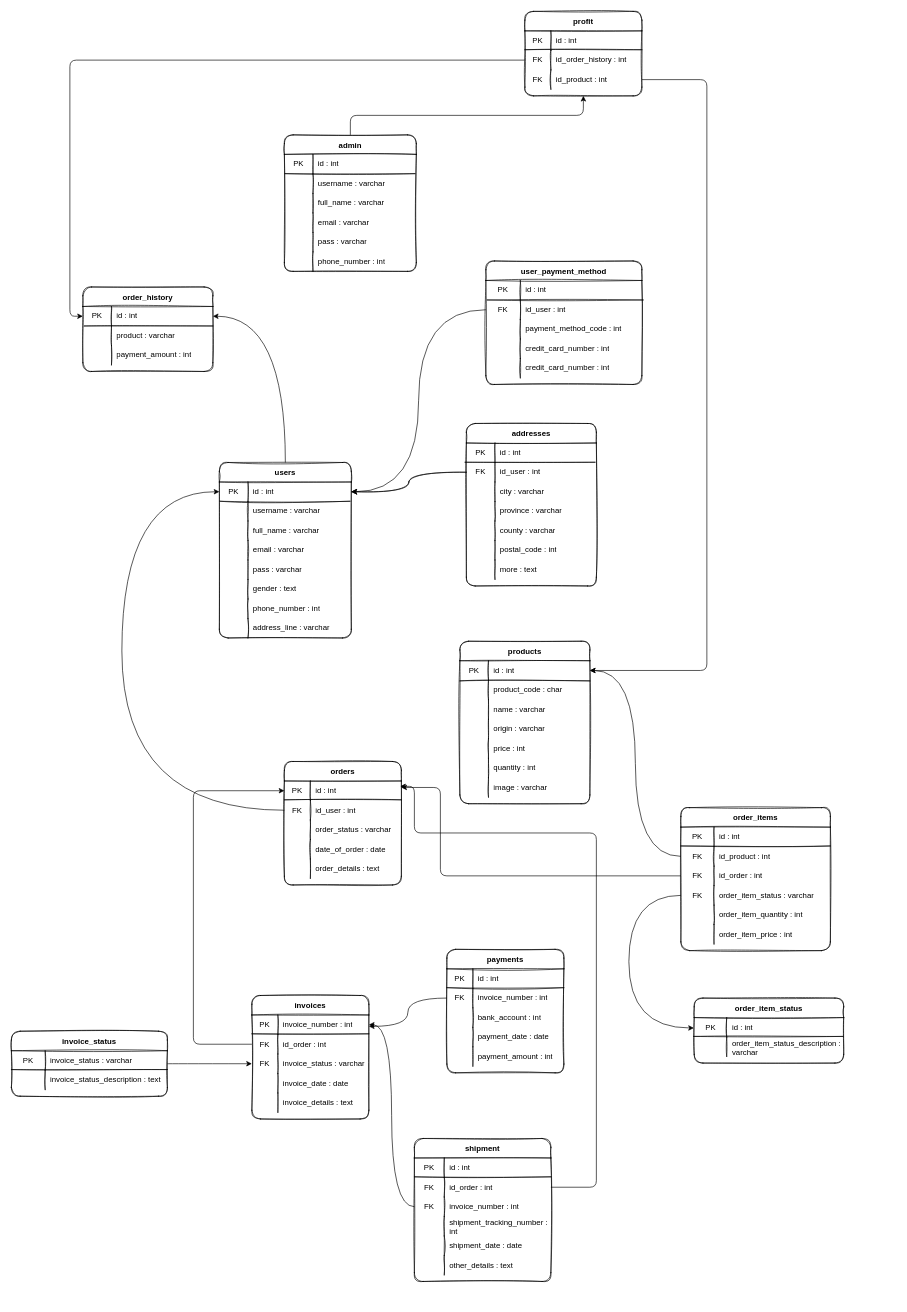
Earlier version of the draw.io diagram syafaFlower_db.drawio (fadhlanarrizal/syafaFlower). Source tidied: cells renumbered, new cells numbered last; positions are measured from the earlier drawing's top-left corner, leaving out a move shared by most shapes. Both pictures are drawn from the tidied source at 65%, with x=0, y=0 at pixel (11, 11).
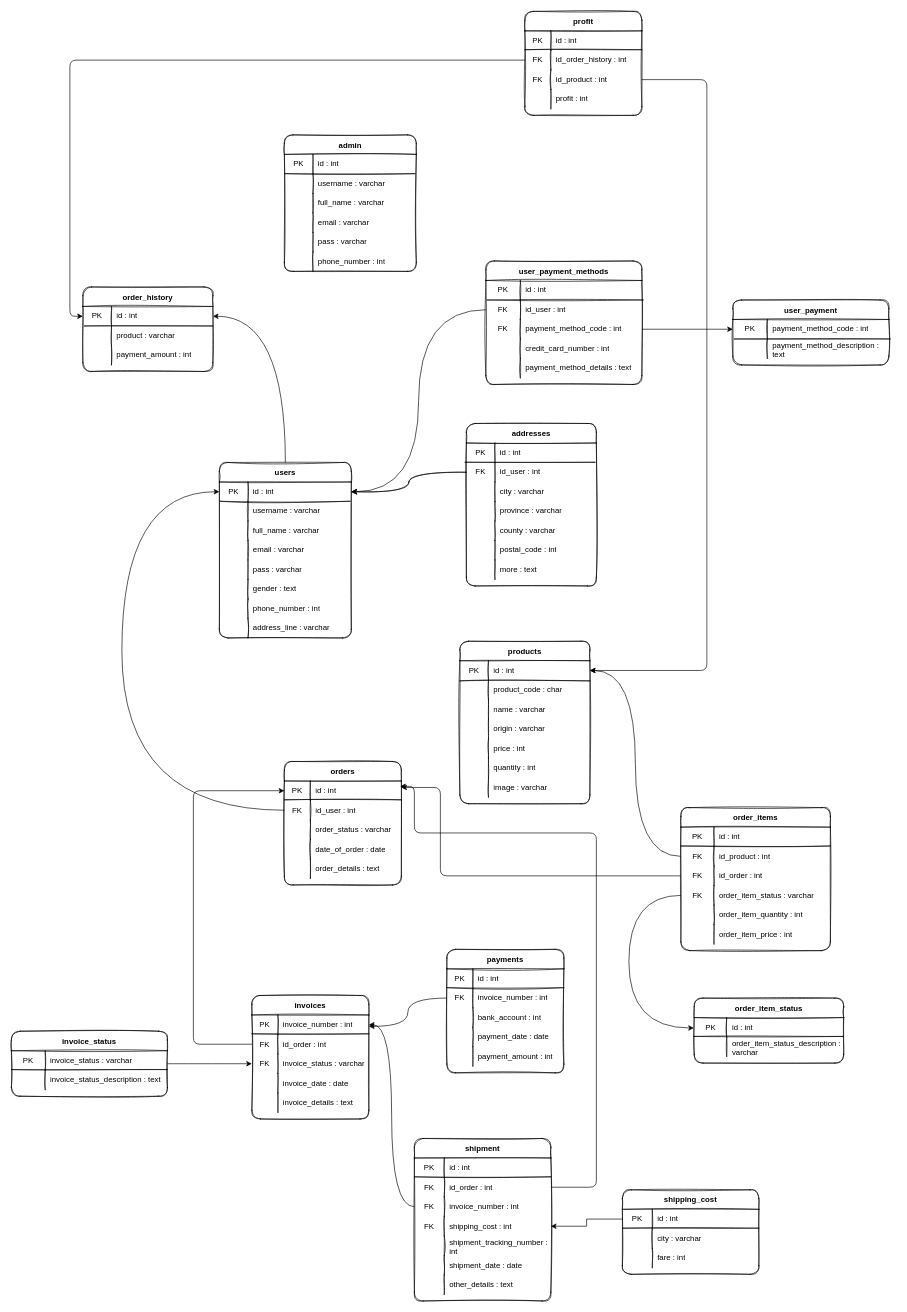
Above is the later version.

Commit message:
Update table shipping_cost dll

Unchanged cells that the change refers to:
```xml
<mxCell id="86" style="group;" parent="1" vertex="1">
  <mxGeometry x="730" y="384" width="240" height="190" as="geometry" />
</mxCell>
<mxCell id="94" style="shape=tableRow;horizontal=0;startSize=0;swimlaneHead=0;swimlaneBody=0;top=0;left=0;bottom=0;right=0;fillColor=none;points=[[0,0.5],[1,0.5]];portConstraint=eastwest;rounded=1;sketch=1;" parent="87" vertex="1">
  <mxGeometry y="90" width="240" height="30" as="geometry" />
</mxCell>
<mxCell id="100" style="shape=tableRow;horizontal=0;startSize=0;swimlaneHead=0;swimlaneBody=0;top=0;left=0;bottom=0;right=0;fillColor=none;rounded=1;sketch=1;" parent="87" vertex="1">
  <mxGeometry y="150" width="240" height="30" as="geometry" />
</mxCell>
<mxCell id="202" value="admin" style="shape=table;startSize=30;childLayout=tableLayout;rowLines=0;fontStyle=1;rounded=1;sketch=1;" parent="201" vertex="1">
  <mxGeometry width="203" height="210" as="geometry" />
</mxCell>
```

The edit, as a diff of the source:
```diff
@@
-    <mxCell id="87" value="user_payment_method" style="shape=table;startSize=30;childLayout=tableLayout;rowLines=0;fontStyle=1;rounded=1;sketch=1;" parent="86" vertex="1">
+    <mxCell id="87" value="user_payment_methods" style="shape=table;startSize=30;childLayout=tableLayout;rowLines=0;fontStyle=1;rounded=1;sketch=1;" parent="86" vertex="1">
       <mxGeometry width="240" height="190" as="geometry" />
     </mxCell>
@@
-    <mxCell id="95" style="shape=partialRectangle;html=1;whiteSpace=wrap;fillColor=none;top=0;left=0;bottom=0;right=0;overflow=hidden;rounded=1;sketch=1;" parent="94" vertex="1">
+    <mxCell id="95" value="FK" style="shape=partialRectangle;html=1;whiteSpace=wrap;fillColor=none;top=0;left=0;bottom=0;right=0;overflow=hidden;rounded=1;sketch=1;" parent="94" vertex="1">
       <mxGeometry width="53" height="30" as="geometry" />
     </mxCell>
@@
-    <mxCell id="102" value="&lt;span style=&quot;&quot;&gt;credit_card_number : int&lt;/span&gt;" style="shape=partialRectangle;html=1;whiteSpace=wrap;fillColor=none;top=0;left=0;bottom=0;right=0;align=left;spacingLeft=6;overflow=hidden;rounded=1;sketch=1;" parent="100" vertex="1">
+    <mxCell id="102" value="&lt;span style=&quot;&quot;&gt;payment_method_details : text&lt;/span&gt;" style="shape=partialRectangle;html=1;whiteSpace=wrap;fillColor=none;top=0;left=0;bottom=0;right=0;align=left;spacingLeft=6;overflow=hidden;rounded=1;sketch=1;" parent="100" vertex="1">
       <mxGeometry x="53" width="187" height="30" as="geometry" />
     </mxCell>
@@
     <mxCell id="222" value="profit" style="shape=table;startSize=30;childLayout=tableLayout;rowLines=0;fontStyle=1;rounded=1;sketch=1;" parent="1" vertex="1">
-      <mxGeometry x="790" width="180" height="130" as="geometry" />
+      <mxGeometry x="790" width="180" height="160" as="geometry" />
     </mxCell>
@@
+    <mxCell id="260" style="shape=tableRow;horizontal=0;startSize=0;swimlaneHead=0;swimlaneBody=0;top=0;left=0;bottom=0;right=0;fillColor=none;rounded=1;sketch=1;" parent="222" vertex="1">
+      <mxGeometry y="120" width="180" height="30" as="geometry" />
+    </mxCell>
+    <mxCell id="261" style="shape=partialRectangle;html=1;whiteSpace=wrap;fillColor=none;top=0;left=0;bottom=0;right=0;overflow=hidden;rounded=1;sketch=1;" parent="260" vertex="1">
+      <mxGeometry width="40" height="30" as="geometry" />
+    </mxCell>
+    <mxCell id="262" value="profit : int" style="shape=partialRectangle;html=1;whiteSpace=wrap;fillColor=none;top=0;left=0;bottom=0;right=0;align=left;spacingLeft=6;overflow=hidden;rounded=1;sketch=1;" parent="260" vertex="1">
+      <mxGeometry x="40" width="140" height="30" as="geometry" />
+    </mxCell>
@@
     <mxCell id="235" value="shipment" style="shape=table;startSize=30;childLayout=tableLayout;rowLines=0;fontStyle=1;rounded=1;sketch=1;" parent="1" vertex="1">
-      <mxGeometry x="620" y="1734" width="210" height="220" as="geometry" />
+      <mxGeometry x="620" y="1734" width="210" height="250" as="geometry" />
     </mxCell>
@@
+    <mxCell id="263" style="shape=tableRow;horizontal=0;startSize=0;swimlaneHead=0;swimlaneBody=0;top=0;left=0;bottom=0;right=0;fillColor=none;points=[[0,0.5],[1,0.5]];portConstraint=eastwest;rounded=1;sketch=1;" parent="235" vertex="1">
+      <mxGeometry y="120" width="210" height="30" as="geometry" />
+    </mxCell>
+    <mxCell id="264" value="FK" style="shape=partialRectangle;html=1;whiteSpace=wrap;fillColor=none;top=0;left=0;bottom=0;right=0;overflow=hidden;rounded=1;sketch=1;" parent="263" vertex="1">
+      <mxGeometry width="46" height="30" as="geometry" />
+    </mxCell>
+    <mxCell id="265" value="shipping_cost : int" style="shape=partialRectangle;html=1;whiteSpace=wrap;fillColor=none;top=0;left=0;bottom=0;right=0;align=left;spacingLeft=6;overflow=hidden;rounded=1;sketch=1;" parent="263" vertex="1">
+      <mxGeometry x="46" width="164" height="30" as="geometry" />
+    </mxCell>
     <mxCell id="245" style="shape=tableRow;horizontal=0;startSize=0;swimlaneHead=0;swimlaneBody=0;top=0;left=0;bottom=0;right=0;fillColor=none;rounded=1;sketch=1;" parent="235" vertex="1">
-      <mxGeometry y="120" width="210" height="30" as="geometry" />
+      <mxGeometry y="150" width="210" height="30" as="geometry" />
     </mxCell>
@@
     <mxCell id="248" style="shape=tableRow;horizontal=0;startSize=0;swimlaneHead=0;swimlaneBody=0;top=0;left=0;bottom=0;right=0;fillColor=none;rounded=1;sketch=1;" parent="235" vertex="1">
-      <mxGeometry y="150" width="210" height="30" as="geometry" />
+      <mxGeometry y="180" width="210" height="30" as="geometry" />
     </mxCell>
@@
     <mxCell id="251" style="shape=tableRow;horizontal=0;startSize=0;swimlaneHead=0;swimlaneBody=0;top=0;left=0;bottom=0;right=0;fillColor=none;rounded=1;sketch=1;" parent="235" vertex="1">
-      <mxGeometry y="180" width="210" height="30" as="geometry" />
+      <mxGeometry y="210" width="210" height="30" as="geometry" />
     </mxCell>
@@
-    <mxCell id="259" style="edgeStyle=orthogonalEdgeStyle;sketch=0;jettySize=auto;html=1;exitX=0.5;exitY=0;exitDx=0;exitDy=0;entryX=0.5;entryY=1;entryDx=0;entryDy=0;strokeColor=default;" parent="1" edge="1" source="202" target="222">
-      <mxGeometry relative="1" as="geometry" />
-    </mxCell>
+    <mxCell id="266" style="group;" parent="1" vertex="1">
+      <mxGeometry x="1120" y="394" width="240" height="190" as="geometry" />
+    </mxCell>
+    <mxCell id="267" value="user_payment" style="shape=table;startSize=30;childLayout=tableLayout;rowLines=0;fontStyle=1;rounded=1;sketch=1;" parent="266" vertex="1">
+      <mxGeometry x="-10" y="50" width="240" height="100" as="geometry" />
+    </mxCell>
+    <mxCell id="268" style="shape=tableRow;horizontal=0;startSize=0;swimlaneHead=0;swimlaneBody=0;top=0;left=0;bottom=0;right=0;fillColor=none;points=[[0,0.5],[1,0.5]];portConstraint=eastwest;rounded=1;sketch=1;" parent="267" vertex="1">
+      <mxGeometry y="30" width="240" height="30" as="geometry" />
+    </mxCell>
+    <mxCell id="269" value="PK" style="shape=partialRectangle;html=1;whiteSpace=wrap;fillColor=none;top=0;left=0;bottom=0;right=0;overflow=hidden;rounded=1;sketch=1;" parent="268" vertex="1">
+      <mxGeometry width="53" height="30" as="geometry" />
+    </mxCell>
+    <mxCell id="270" value="payment_method_code : int" style="shape=partialRectangle;html=1;whiteSpace=wrap;fillColor=none;top=0;left=0;bottom=0;right=0;align=left;spacingLeft=6;overflow=hidden;rounded=1;sketch=1;" parent="268" vertex="1">
+      <mxGeometry x="53" width="187" height="30" as="geometry" />
+    </mxCell>
+    <mxCell id="271" style="shape=tableRow;horizontal=0;startSize=0;swimlaneHead=0;swimlaneBody=0;top=0;left=0;bottom=0;right=0;fillColor=none;rounded=1;sketch=1;" parent="267" vertex="1">
+      <mxGeometry y="60" width="240" height="30" as="geometry" />
+    </mxCell>
+    <mxCell id="272" style="shape=partialRectangle;html=1;whiteSpace=wrap;fillColor=none;top=0;left=0;bottom=0;right=0;overflow=hidden;rounded=1;sketch=1;" parent="271" vertex="1">
+      <mxGeometry width="53" height="30" as="geometry" />
+    </mxCell>
+    <mxCell id="273" value="payment_method_description : text" style="shape=partialRectangle;html=1;whiteSpace=wrap;fillColor=none;top=0;left=0;bottom=0;right=0;align=left;spacingLeft=6;overflow=hidden;rounded=1;sketch=1;" parent="271" vertex="1">
+      <mxGeometry x="53" width="187" height="30" as="geometry" />
+    </mxCell>
+    <mxCell id="274" style="line;strokeWidth=1;html=1;rounded=1;sketch=1;" parent="266" vertex="1">
+      <mxGeometry x="-8" y="105" width="240" height="10" as="geometry" />
+    </mxCell>
+    <mxCell id="275" style="edgeStyle=orthogonalEdgeStyle;rounded=0;jettySize=auto;html=1;exitX=1;exitY=0.5;exitDx=0;exitDy=0;entryX=0;entryY=0.5;entryDx=0;entryDy=0;" parent="1" edge="1" source="94" target="268">
+      <mxGeometry relative="1" as="geometry" />
+    </mxCell>
+    <mxCell id="276" value="shipping_cost" style="shape=table;startSize=30;childLayout=tableLayout;rowLines=0;fontStyle=1;rounded=1;sketch=1;" parent="1" vertex="1">
+      <mxGeometry x="940" y="1813" width="210" height="130" as="geometry" />
+    </mxCell>
+    <mxCell id="277" style="shape=tableRow;horizontal=0;startSize=0;swimlaneHead=0;swimlaneBody=0;top=0;left=0;bottom=0;right=0;fillColor=none;points=[[0,0.5],[1,0.5]];portConstraint=eastwest;rounded=1;sketch=1;" parent="276" vertex="1">
+      <mxGeometry y="30" width="210" height="30" as="geometry" />
+    </mxCell>
+    <mxCell id="278" value="PK" style="shape=partialRectangle;html=1;whiteSpace=wrap;fillColor=none;top=0;left=0;bottom=0;right=0;overflow=hidden;rounded=1;sketch=1;" parent="277" vertex="1">
+      <mxGeometry width="46" height="30" as="geometry" />
+    </mxCell>
+    <mxCell id="279" value="id : int" style="shape=partialRectangle;html=1;whiteSpace=wrap;fillColor=none;top=0;left=0;bottom=0;right=0;align=left;spacingLeft=6;overflow=hidden;rounded=1;sketch=1;" parent="277" vertex="1">
+      <mxGeometry x="46" width="164" height="30" as="geometry" />
+    </mxCell>
+    <mxCell id="280" style="shape=tableRow;horizontal=0;startSize=0;swimlaneHead=0;swimlaneBody=0;top=0;left=0;bottom=0;right=0;fillColor=none;rounded=1;sketch=1;" parent="276" vertex="1">
+      <mxGeometry y="60" width="210" height="30" as="geometry" />
+    </mxCell>
+    <mxCell id="281" style="shape=partialRectangle;html=1;whiteSpace=wrap;fillColor=none;top=0;left=0;bottom=0;right=0;overflow=hidden;rounded=1;sketch=1;" parent="280" vertex="1">
+      <mxGeometry width="46" height="30" as="geometry" />
+    </mxCell>
+    <mxCell id="282" value="city : varchar" style="shape=partialRectangle;html=1;whiteSpace=wrap;fillColor=none;top=0;left=0;bottom=0;right=0;align=left;spacingLeft=6;overflow=hidden;rounded=1;sketch=1;" parent="280" vertex="1">
+      <mxGeometry x="46" width="164" height="30" as="geometry" />
+    </mxCell>
+    <mxCell id="283" style="shape=tableRow;horizontal=0;startSize=0;swimlaneHead=0;swimlaneBody=0;top=0;left=0;bottom=0;right=0;fillColor=none;rounded=1;sketch=1;" parent="276" vertex="1">
+      <mxGeometry y="90" width="210" height="30" as="geometry" />
+    </mxCell>
+    <mxCell id="284" style="shape=partialRectangle;html=1;whiteSpace=wrap;fillColor=none;top=0;left=0;bottom=0;right=0;overflow=hidden;rounded=1;sketch=1;" parent="283" vertex="1">
+      <mxGeometry width="46" height="30" as="geometry" />
+    </mxCell>
+    <mxCell id="285" value="fare : int" style="shape=partialRectangle;html=1;whiteSpace=wrap;fillColor=none;top=0;left=0;bottom=0;right=0;align=left;spacingLeft=6;overflow=hidden;rounded=1;sketch=1;" parent="283" vertex="1">
+      <mxGeometry x="46" width="164" height="30" as="geometry" />
+    </mxCell>
+    <mxCell id="286" style="line;strokeWidth=1;html=1;rounded=1;sketch=1;" parent="1" vertex="1">
+      <mxGeometry x="940" y="1867" width="210" height="10" as="geometry" />
+    </mxCell>
+    <mxCell id="287" style="edgeStyle=orthogonalEdgeStyle;rounded=0;jettySize=auto;html=1;entryX=1;entryY=0.5;entryDx=0;entryDy=0;" parent="1" edge="1" source="277" target="263">
+      <mxGeometry relative="1" as="geometry" />
+    </mxCell>
```
